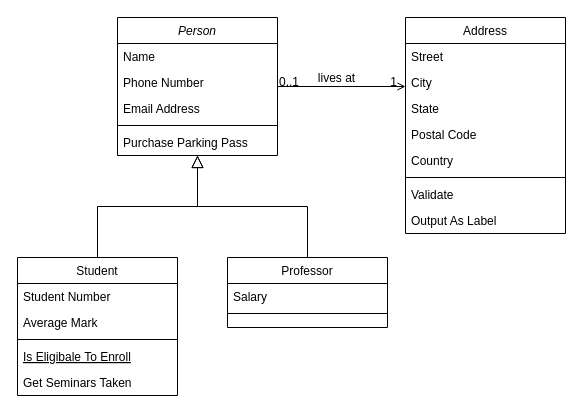
This is Untitled Diagram.drawio from liujunshuxiu/study, a draw.io file, before an edit. Source tidied: cells renumbered, new cells numbered last; positions are measured from the earlier drawing's top-left corner, leaving out a move shared by most shapes. Both pictures are drawn from the tidied source at 100%, with x=0, y=0 at pixel (17, 17).
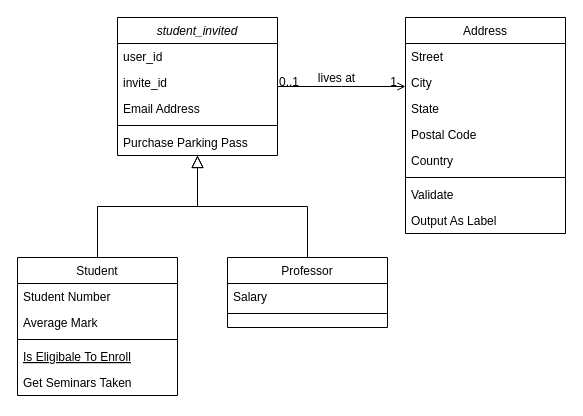
The same diagram, later.

Commit message:
第一次上传

What changed in the source:
```diff
@@
-    <mxCell id="2" value="Person" style="swimlane;fontStyle=2;align=center;verticalAlign=top;horizontal=1;startSize=26;rounded=0;shadow=0;strokeWidth=1;" parent="1" vertex="1">
+    <mxCell id="2" value="student_invited" style="swimlane;fontStyle=2;align=center;verticalAlign=top;horizontal=1;startSize=26;rounded=0;shadow=0;strokeWidth=1;" parent="1" vertex="1">
       <mxGeometry x="100" width="160" height="138" as="geometry" />
     </mxCell>
-    <mxCell id="3" value="Name" style="text;align=left;verticalAlign=top;spacingLeft=4;spacingRight=4;overflow=hidden;" parent="2" vertex="1">
+    <mxCell id="3" value="user_id" style="text;align=left;verticalAlign=top;spacingLeft=4;spacingRight=4;overflow=hidden;" parent="2" vertex="1">
       <mxGeometry y="26" width="160" height="26" as="geometry" />
     </mxCell>
-    <mxCell id="4" value="Phone Number" style="text;align=left;verticalAlign=top;spacingLeft=4;spacingRight=4;overflow=hidden;rounded=0;shadow=0;html=0;" parent="2" vertex="1">
+    <mxCell id="4" value="invite_id" style="text;align=left;verticalAlign=top;spacingLeft=4;spacingRight=4;overflow=hidden;rounded=0;shadow=0;html=0;" parent="2" vertex="1">
       <mxGeometry y="52" width="160" height="26" as="geometry" />
     </mxCell>
```
